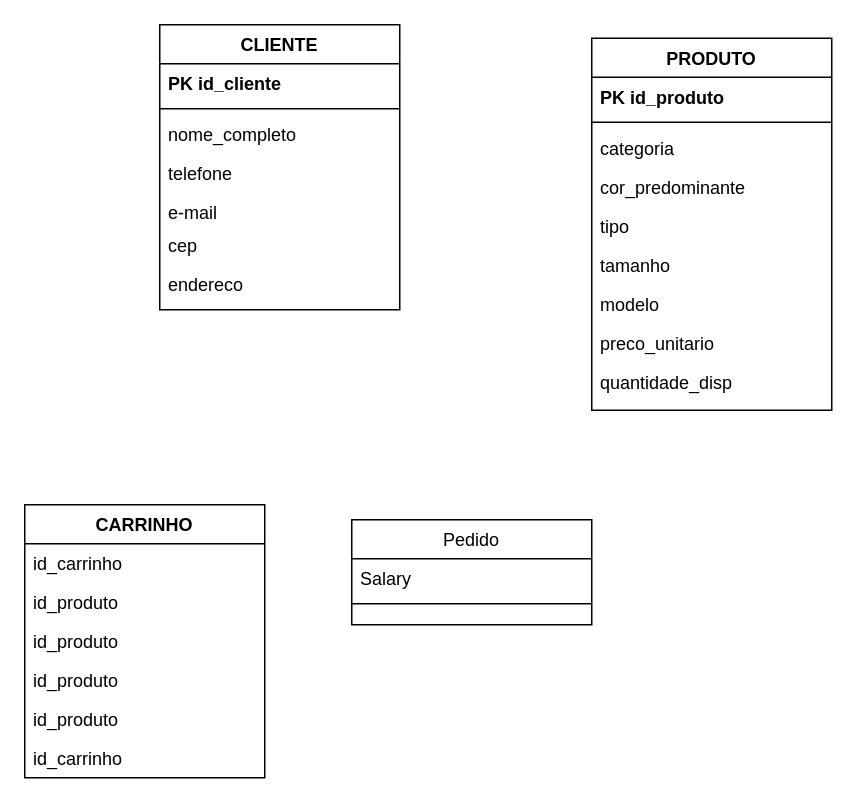
This is Diagrama sem nome.drawio from gustavo-plc/atlas, a draw.io file, before an edit. Source tidied: cells renumbered, new cells numbered last; positions are measured from the earlier drawing's top-left corner, leaving out a move shared by most shapes. Both pictures are drawn from the tidied source at 150%, with x=0, y=0 at pixel (24, 24).
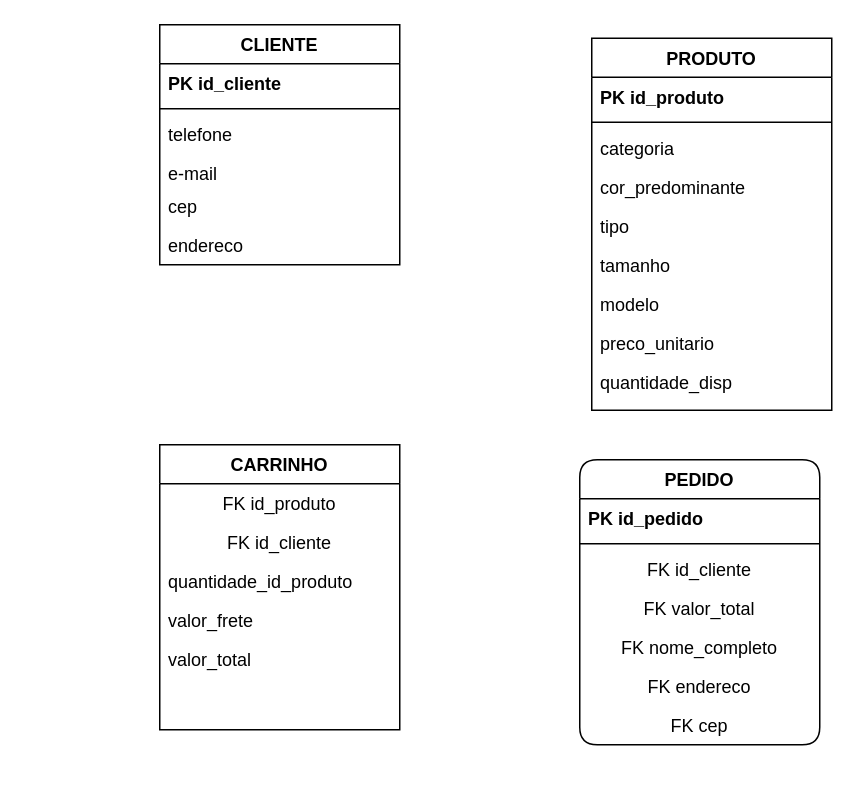
The same page after the edit.

Change to the diagram source:
```diff
@@
     <mxCell id="2" value="CLIENTE" style="swimlane;fontStyle=1;align=center;verticalAlign=top;horizontal=1;startSize=26;rounded=0;shadow=0;strokeWidth=1;" parent="1" vertex="1">
-      <mxGeometry x="90" width="160" height="190" as="geometry" />
+      <mxGeometry x="90" width="160" height="160" as="geometry" />
     </mxCell>
@@
-    <mxCell id="5" value="nome_completo" style="text;align=left;verticalAlign=top;spacingLeft=4;spacingRight=4;overflow=hidden;rounded=0;shadow=0;html=0;" parent="2" vertex="1">
-      <mxGeometry y="60" width="160" height="26" as="geometry" />
-    </mxCell>
     <mxCell id="6" value="telefone" style="text;align=left;verticalAlign=top;spacingLeft=4;spacingRight=4;overflow=hidden;" parent="2" vertex="1">
-      <mxGeometry y="86" width="160" height="26" as="geometry" />
+      <mxGeometry y="60" width="160" height="26" as="geometry" />
     </mxCell>
     <mxCell id="7" value="e-mail" style="text;align=left;verticalAlign=top;spacingLeft=4;spacingRight=4;overflow=hidden;" parent="2" vertex="1">
-      <mxGeometry y="112" width="160" height="22" as="geometry" />
+      <mxGeometry y="86" width="160" height="22" as="geometry" />
     </mxCell>
     <mxCell id="8" value="cep" style="text;align=left;verticalAlign=top;spacingLeft=4;spacingRight=4;overflow=hidden;" parent="2" vertex="1">
-      <mxGeometry y="134" width="160" height="26" as="geometry" />
+      <mxGeometry y="108" width="160" height="26" as="geometry" />
     </mxCell>
     <mxCell id="9" value="endereco" style="text;align=left;verticalAlign=top;spacingLeft=4;spacingRight=4;overflow=hidden;rounded=0;shadow=0;html=0;" parent="2" vertex="1">
-      <mxGeometry y="160" width="160" height="26" as="geometry" />
+      <mxGeometry y="134" width="160" height="26" as="geometry" />
     </mxCell>
     <mxCell id="10" value="CARRINHO" style="swimlane;fontStyle=1;align=center;verticalAlign=top;horizontal=1;startSize=26;rounded=0;shadow=0;strokeWidth=1;" parent="1" vertex="1">
-      <mxGeometry y="320" width="160" height="182" as="geometry" />
+      <mxGeometry x="90" y="280" width="160" height="190" as="geometry" />
     </mxCell>
-    <mxCell id="11" value="id_carrinho" style="text;align=left;verticalAlign=top;spacingLeft=4;spacingRight=4;overflow=hidden;" parent="10" vertex="1">
-      <mxGeometry y="26" width="160" height="26" as="geometry" />
-    </mxCell>
-    <mxCell id="12" value="id_produto" style="text;align=left;verticalAlign=top;spacingLeft=4;spacingRight=4;overflow=hidden;" parent="10" vertex="1">
-      <mxGeometry y="52" width="160" height="26" as="geometry" />
+    <mxCell id="12" value="FK id_produto" style="text;align=center;verticalAlign=top;spacingLeft=4;spacingRight=4;overflow=hidden;" parent="10" vertex="1">
+      <mxGeometry y="26" width="160" height="26" as="geometry" />
     </mxCell>
+    <mxCell id="30" value="FK id_cliente" style="text;align=center;verticalAlign=top;spacingLeft=4;spacingRight=4;overflow=hidden;" parent="10" vertex="1">
+      <mxGeometry y="52" width="160" height="26" as="geometry" />
+    </mxCell>
-    <mxCell id="13" value="id_produto" style="text;align=left;verticalAlign=top;spacingLeft=4;spacingRight=4;overflow=hidden;" parent="10" vertex="1">
+    <mxCell id="13" value="quantidade_id_produto" style="text;align=left;verticalAlign=top;spacingLeft=4;spacingRight=4;overflow=hidden;" parent="10" vertex="1">
       <mxGeometry y="78" width="160" height="26" as="geometry" />
     </mxCell>
-    <mxCell id="14" value="id_produto" style="text;align=left;verticalAlign=top;spacingLeft=4;spacingRight=4;overflow=hidden;" parent="10" vertex="1">
-      <mxGeometry y="104" width="160" height="26" as="geometry" />
-    </mxCell>
-    <mxCell id="15" value="id_produto" style="text;align=left;verticalAlign=top;spacingLeft=4;spacingRight=4;overflow=hidden;" parent="10" vertex="1">
-      <mxGeometry y="130" width="160" height="26" as="geometry" />
+    <mxCell id="15" value="valor_frete" style="text;align=left;verticalAlign=top;spacingLeft=4;spacingRight=4;overflow=hidden;" parent="10" vertex="1">
+      <mxGeometry y="104" width="160" height="26" as="geometry" />
     </mxCell>
-    <mxCell id="16" value="id_carrinho" style="text;align=left;verticalAlign=top;spacingLeft=4;spacingRight=4;overflow=hidden;" parent="10" vertex="1">
-      <mxGeometry y="156" width="160" height="26" as="geometry" />
+    <mxCell id="16" value="valor_total" style="text;align=left;verticalAlign=top;spacingLeft=4;spacingRight=4;overflow=hidden;" parent="10" vertex="1">
+      <mxGeometry y="130" width="160" height="26" as="geometry" />
     </mxCell>
-    <mxCell id="17" value="Pedido" style="swimlane;fontStyle=0;align=center;verticalAlign=top;horizontal=1;startSize=26;rounded=0;shadow=0;strokeWidth=1;" parent="1" vertex="1">
-      <mxGeometry x="218" y="330" width="160" height="70" as="geometry" />
+    <mxCell id="17" value="PEDIDO" style="swimlane;fontStyle=1;align=center;verticalAlign=top;horizontal=1;startSize=26;rounded=1;shadow=0;strokeWidth=1;" parent="1" vertex="1">
+      <mxGeometry x="370" y="290" width="160" height="190" as="geometry" />
     </mxCell>
-    <mxCell id="18" value="Salary" style="text;align=left;verticalAlign=top;spacingLeft=4;spacingRight=4;overflow=hidden;" parent="17" vertex="1">
+    <mxCell id="18" value="PK id_pedido" style="text;align=left;verticalAlign=top;spacingLeft=4;spacingRight=4;overflow=hidden;fontStyle=1;" parent="17" vertex="1">
       <mxGeometry y="26" width="160" height="26" as="geometry" />
     </mxCell>
@@
+    <mxCell id="31" value="FK id_cliente" style="text;align=center;verticalAlign=top;spacingLeft=4;spacingRight=4;overflow=hidden;fontStyle=0;" parent="17" vertex="1">
+      <mxGeometry y="60" width="160" height="26" as="geometry" />
+    </mxCell>
+    <mxCell id="32" value="FK valor_total" style="text;align=center;verticalAlign=top;spacingLeft=4;spacingRight=4;overflow=hidden;fontStyle=0;" parent="17" vertex="1">
+      <mxGeometry y="86" width="160" height="26" as="geometry" />
+    </mxCell>
+    <mxCell id="33" value="FK nome_completo" style="text;align=center;verticalAlign=top;spacingLeft=4;spacingRight=4;overflow=hidden;fontStyle=0;" parent="17" vertex="1">
+      <mxGeometry y="112" width="160" height="26" as="geometry" />
+    </mxCell>
+    <mxCell id="34" value="FK endereco" style="text;align=center;verticalAlign=top;spacingLeft=4;spacingRight=4;overflow=hidden;fontStyle=0;" parent="17" vertex="1">
+      <mxGeometry y="138" width="160" height="26" as="geometry" />
+    </mxCell>
+    <mxCell id="35" value="FK cep" style="text;align=center;verticalAlign=top;spacingLeft=4;spacingRight=4;overflow=hidden;fontStyle=0;" parent="17" vertex="1">
+      <mxGeometry y="164" width="160" height="26" as="geometry" />
+    </mxCell>
```
